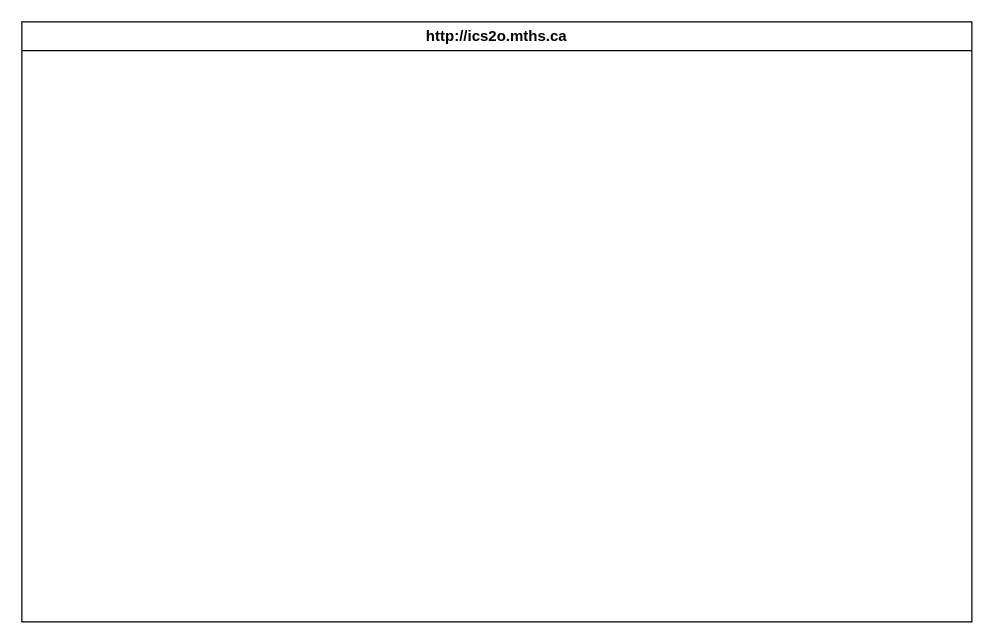
Before: design/storyboard.drawio in MTHS-ICD2O-1-2024/ICD2O-Final-Project-adrina.peighambarzadeh, a draw.io diagram. Source tidied: cells renumbered, new cells numbered last; positions are measured from the earlier drawing's top-left corner, leaving out a move shared by most shapes. Both pictures are drawn from the tidied source at 125%, with x=0, y=0 at pixel (21, 21). Pictures stored in the file or linked from it are replaced by grey dashed boxes.
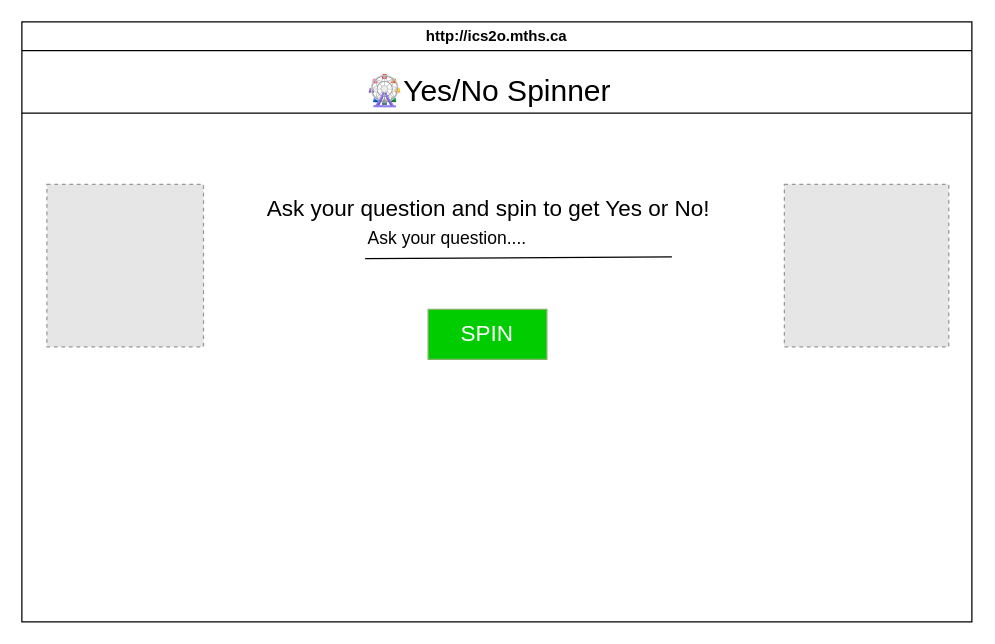
Above is the later version.

What changed in the source:
```diff
@@
 <mxGraphModel>
   <root>
     <mxCell id="0" />
     <mxCell id="1" parent="0" />
-    <mxCell id="2" value="http://ics2o.mths.ca" style="swimlane;whiteSpace=wrap;html=1;" parent="1" vertex="1">
+    <mxCell id="2" value="http://ics2o.mths.ca" style="swimlane;whiteSpace=wrap;html=1;fillColor=default;" parent="1" vertex="1">
       <mxGeometry width="760" height="480" as="geometry" />
     </mxCell>
+    <mxCell id="3" value="&lt;font style=&quot;font-size: 18px;&quot;&gt;Ask your question and spin to get Yes or No!&lt;/font&gt;" style="text;html=1;align=center;verticalAlign=middle;strokeColor=none;fillColor=none;" parent="2" vertex="1">
+      <mxGeometry x="182.5" y="130" width="380" height="40" as="geometry" />
+    </mxCell>
+    <mxCell id="4" value="&lt;font style=&quot;font-size: 18px; color: rgb(255, 255, 255);&quot;&gt;SPIN&lt;/font&gt;" style="whiteSpace=wrap;html=1;fillColor=#00CC00;strokeColor=#82b366;" parent="2" vertex="1">
+      <mxGeometry x="325" y="230" width="95" height="40" as="geometry" />
+    </mxCell>
+    <mxCell id="5" value="&lt;font style=&quot;font-size: 24px;&quot;&gt;🎡Yes/No Spinner&lt;/font&gt;" style="text;html=1;align=center;verticalAlign=middle;strokeColor=none;fillColor=none;" parent="2" vertex="1">
+      <mxGeometry x="262.5" y="36" width="220" height="40" as="geometry" />
+    </mxCell>
+    <mxCell id="6" style="fillColor=#E6E6E6;strokeColor=#999999;dashed=1;verticalLabelPosition=bottom;labelBackgroundColor=default;verticalAlign=top;" parent="2" vertex="1">
+      <mxGeometry x="610" y="130" width="131.5" height="130" as="geometry" />
+    </mxCell>
+    <mxCell id="7" style="fillColor=#E6E6E6;strokeColor=#999999;dashed=1;verticalLabelPosition=bottom;labelBackgroundColor=default;verticalAlign=top;" parent="2" vertex="1">
+      <mxGeometry x="20" y="130" width="125.3" height="130" as="geometry" />
+    </mxCell>
+    <mxCell id="8" style="endArrow=none;html=1;" parent="1" edge="1">
+      <mxGeometry relative="1" as="geometry">
+        <mxPoint y="73" as="sourcePoint" />
+        <mxPoint x="760" y="73" as="targetPoint" />
+      </mxGeometry>
+    </mxCell>
+    <mxCell id="9" value="&lt;font style=&quot;font-size: 14px;&quot;&gt;Ask your question....&lt;/font&gt;" style="text;html=1;align=center;verticalAlign=middle;points=[];strokeColor=none;fillColor=none;" parent="1" vertex="1">
+      <mxGeometry x="265" y="158" width="150" height="30" as="geometry" />
+    </mxCell>
+    <mxCell id="10" style="endArrow=none;html=1;exitX=0.064;exitY=1.046;exitDx=0;exitDy=0;exitPerimeter=0;" parent="1" edge="1" source="9">
+      <mxGeometry relative="1" as="geometry">
+        <mxPoint x="520" y="188" as="targetPoint" />
+      </mxGeometry>
+    </mxCell>
   </root>
 </mxGraphModel>
```
